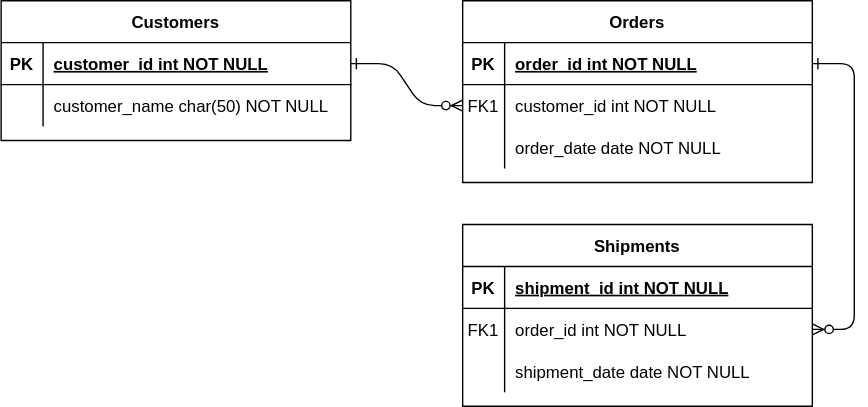
Earlier version of the draw.io export src/bdt.drawio.svg (Darkyxz/n64). Source tidied: cells renumbered, new cells last; positions are measured from the earlier drawing's top-left corner, leaving out a move shared by most shapes. The source it was exported from:
```xml
<mxGraphModel>
  <root>
    <mxCell id="0" />
    <mxCell id="1" parent="0" />
    <mxCell id="2" style="edgeStyle=entityRelationEdgeStyle;endArrow=ERzeroToMany;startArrow=ERone;endFill=1;startFill=0;" parent="1" edge="1" source="25" target="8">
      <mxGeometry relative="1" as="geometry" />
    </mxCell>
    <mxCell id="3" style="edgeStyle=entityRelationEdgeStyle;endArrow=ERzeroToMany;startArrow=ERone;endFill=1;startFill=0;" parent="1" edge="1" source="5" target="18">
      <mxGeometry relative="1" as="geometry" />
    </mxCell>
    <mxCell id="4" value="Orders" style="shape=table;startSize=30;rowLines=0;fontStyle=1;align=center;" parent="1" vertex="1">
      <mxGeometry x="330" width="250" height="130" as="geometry" />
    </mxCell>
    <mxCell id="5" style="shape=partialRectangle;fillColor=none;points=[[0,0.5],[1,0.5]];portConstraint=eastwest;top=0;left=0;right=0;bottom=1;" parent="4" vertex="1">
      <mxGeometry y="30" width="250" height="30" as="geometry" />
    </mxCell>
    <mxCell id="6" value="PK" style="shape=partialRectangle;overflow=hidden;fillColor=none;top=0;left=0;bottom=0;right=0;fontStyle=1;" parent="5" vertex="1">
      <mxGeometry width="30" height="30" as="geometry" />
    </mxCell>
    <mxCell id="7" value="order_id int NOT NULL " style="shape=partialRectangle;overflow=hidden;fillColor=none;top=0;left=0;bottom=0;right=0;align=left;spacingLeft=6;fontStyle=5;" parent="5" vertex="1">
      <mxGeometry x="30" width="220" height="30" as="geometry" />
    </mxCell>
    <mxCell id="8" style="shape=partialRectangle;fillColor=none;points=[[0,0.5],[1,0.5]];portConstraint=eastwest;top=0;left=0;right=0;bottom=0;" parent="4" vertex="1">
      <mxGeometry y="60" width="250" height="30" as="geometry" />
    </mxCell>
    <mxCell id="9" value="FK1" style="shape=partialRectangle;overflow=hidden;fillColor=none;top=0;left=0;bottom=0;right=0;" parent="8" vertex="1">
      <mxGeometry width="30" height="30" as="geometry" />
    </mxCell>
    <mxCell id="10" value="customer_id int NOT NULL" style="shape=partialRectangle;overflow=hidden;fillColor=none;top=0;left=0;bottom=0;right=0;align=left;spacingLeft=6;" parent="8" vertex="1">
      <mxGeometry x="30" width="220" height="30" as="geometry" />
    </mxCell>
    <mxCell id="11" style="shape=partialRectangle;fillColor=none;top=0;left=0;right=0;bottom=0;" parent="4" vertex="1">
      <mxGeometry y="90" width="250" height="30" as="geometry" />
    </mxCell>
    <mxCell id="12" style="shape=partialRectangle;overflow=hidden;fillColor=none;top=0;left=0;bottom=0;right=0;" parent="11" vertex="1">
      <mxGeometry width="30" height="30" as="geometry" />
    </mxCell>
    <mxCell id="13" value="order_date date NOT NULL" style="shape=partialRectangle;overflow=hidden;fillColor=none;top=0;left=0;bottom=0;right=0;align=left;spacingLeft=6;" parent="11" vertex="1">
      <mxGeometry x="30" width="220" height="30" as="geometry" />
    </mxCell>
    <mxCell id="14" value="Shipments" style="shape=table;startSize=30;rowLines=0;fontStyle=1;align=center;" parent="1" vertex="1">
      <mxGeometry x="330" y="160" width="250" height="130" as="geometry" />
    </mxCell>
    <mxCell id="15" style="shape=partialRectangle;fillColor=none;top=0;left=0;right=0;bottom=1;" parent="14" vertex="1">
      <mxGeometry y="30" width="250" height="30" as="geometry" />
    </mxCell>
    <mxCell id="16" value="PK" style="shape=partialRectangle;overflow=hidden;fillColor=none;top=0;left=0;bottom=0;right=0;fontStyle=1;" parent="15" vertex="1">
      <mxGeometry width="30" height="30" as="geometry" />
    </mxCell>
    <mxCell id="17" value="shipment_id int NOT NULL " style="shape=partialRectangle;overflow=hidden;fillColor=none;top=0;left=0;bottom=0;right=0;align=left;spacingLeft=6;fontStyle=5;" parent="15" vertex="1">
      <mxGeometry x="30" width="220" height="30" as="geometry" />
    </mxCell>
    <mxCell id="18" style="shape=partialRectangle;fillColor=none;points=[[0,0.5],[1,0.5]];portConstraint=eastwest;top=0;left=0;right=0;bottom=0;" parent="14" vertex="1">
      <mxGeometry y="60" width="250" height="30" as="geometry" />
    </mxCell>
    <mxCell id="19" value="FK1" style="shape=partialRectangle;overflow=hidden;fillColor=none;top=0;left=0;bottom=0;right=0;" parent="18" vertex="1">
      <mxGeometry width="30" height="30" as="geometry" />
    </mxCell>
    <mxCell id="20" value="order_id int NOT NULL" style="shape=partialRectangle;overflow=hidden;fillColor=none;top=0;left=0;bottom=0;right=0;align=left;spacingLeft=6;" parent="18" vertex="1">
      <mxGeometry x="30" width="220" height="30" as="geometry" />
    </mxCell>
    <mxCell id="21" style="shape=partialRectangle;fillColor=none;top=0;left=0;right=0;bottom=0;" parent="14" vertex="1">
      <mxGeometry y="90" width="250" height="30" as="geometry" />
    </mxCell>
    <mxCell id="22" style="shape=partialRectangle;overflow=hidden;fillColor=none;top=0;left=0;bottom=0;right=0;" parent="21" vertex="1">
      <mxGeometry width="30" height="30" as="geometry" />
    </mxCell>
    <mxCell id="23" value="shipment_date date NOT NULL" style="shape=partialRectangle;overflow=hidden;fillColor=none;top=0;left=0;bottom=0;right=0;align=left;spacingLeft=6;" parent="21" vertex="1">
      <mxGeometry x="30" width="220" height="30" as="geometry" />
    </mxCell>
    <mxCell id="24" value="Customers" style="shape=table;startSize=30;rowLines=0;fontStyle=1;align=center;" parent="1" vertex="1">
      <mxGeometry width="250" height="100" as="geometry" />
    </mxCell>
    <mxCell id="25" style="shape=partialRectangle;fillColor=none;points=[[0,0.5],[1,0.5]];portConstraint=eastwest;top=0;left=0;right=0;bottom=1;" parent="24" vertex="1">
      <mxGeometry y="30" width="250" height="30" as="geometry" />
    </mxCell>
    <mxCell id="26" value="PK" style="shape=partialRectangle;overflow=hidden;fillColor=none;top=0;left=0;bottom=0;right=0;fontStyle=1;" parent="25" vertex="1">
      <mxGeometry width="30" height="30" as="geometry" />
    </mxCell>
    <mxCell id="27" value="customer_id int NOT NULL " style="shape=partialRectangle;overflow=hidden;fillColor=none;top=0;left=0;bottom=0;right=0;align=left;spacingLeft=6;fontStyle=5;" parent="25" vertex="1">
      <mxGeometry x="30" width="220" height="30" as="geometry" />
    </mxCell>
    <mxCell id="28" style="shape=partialRectangle;fillColor=none;top=0;left=0;right=0;bottom=0;" parent="24" vertex="1">
      <mxGeometry y="60" width="250" height="30" as="geometry" />
    </mxCell>
    <mxCell id="29" style="shape=partialRectangle;overflow=hidden;fillColor=none;top=0;left=0;bottom=0;right=0;" parent="28" vertex="1">
      <mxGeometry width="30" height="30" as="geometry" />
    </mxCell>
    <mxCell id="30" value="customer_name char(50) NOT NULL" style="shape=partialRectangle;overflow=hidden;fillColor=none;top=0;left=0;bottom=0;right=0;align=left;spacingLeft=6;" parent="28" vertex="1">
      <mxGeometry x="30" width="220" height="30" as="geometry" />
    </mxCell>
  </root>
</mxGraphModel>
```
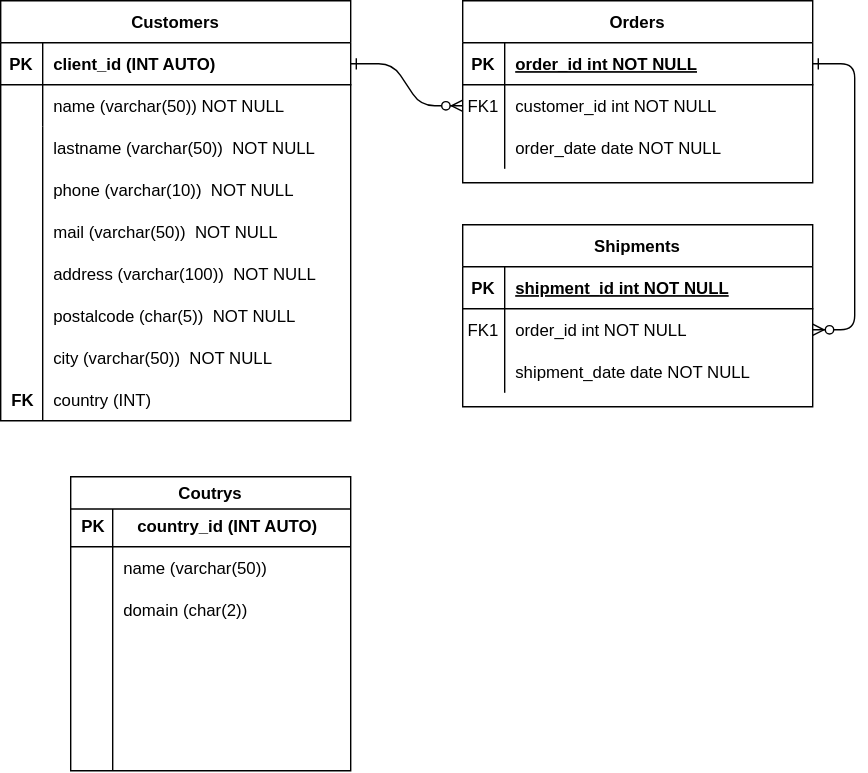
Later version of the same file.

Diff of the diagram source:
```diff
@@ -69,7 +69,7 @@
       <mxGeometry x="30" width="220" height="30" as="geometry" />
     </mxCell>
     <mxCell id="24" value="Customers" style="shape=table;startSize=30;rowLines=0;fontStyle=1;align=center;" parent="1" vertex="1">
-      <mxGeometry width="250" height="100" as="geometry" />
+      <mxGeometry width="250" height="300" as="geometry" />
     </mxCell>
     <mxCell id="25" style="shape=partialRectangle;fillColor=none;points=[[0,0.5],[1,0.5]];portConstraint=eastwest;top=0;left=0;right=0;bottom=1;" parent="24" vertex="1">
       <mxGeometry y="30" width="250" height="30" as="geometry" />
@@ -77,7 +77,7 @@
     <mxCell id="26" value="PK" style="shape=partialRectangle;overflow=hidden;fillColor=none;top=0;left=0;bottom=0;right=0;fontStyle=1;" parent="25" vertex="1">
       <mxGeometry width="30" height="30" as="geometry" />
     </mxCell>
-    <mxCell id="27" value="customer_id int NOT NULL " style="shape=partialRectangle;overflow=hidden;fillColor=none;top=0;left=0;bottom=0;right=0;align=left;spacingLeft=6;fontStyle=5;" parent="25" vertex="1">
+    <mxCell id="27" value="client_id (INT AUTO)" style="shape=partialRectangle;overflow=hidden;fillColor=none;top=0;left=0;bottom=0;right=0;align=left;spacingLeft=6;fontStyle=1;" parent="25" vertex="1">
       <mxGeometry x="30" width="220" height="30" as="geometry" />
     </mxCell>
     <mxCell id="28" style="shape=partialRectangle;fillColor=none;top=0;left=0;right=0;bottom=0;" parent="24" vertex="1">
@@ -86,8 +86,65 @@
     <mxCell id="29" style="shape=partialRectangle;overflow=hidden;fillColor=none;top=0;left=0;bottom=0;right=0;" parent="28" vertex="1">
       <mxGeometry width="30" height="30" as="geometry" />
     </mxCell>
-    <mxCell id="30" value="customer_name char(50) NOT NULL" style="shape=partialRectangle;overflow=hidden;fillColor=none;top=0;left=0;bottom=0;right=0;align=left;spacingLeft=6;" parent="28" vertex="1">
+    <mxCell id="30" value="name (varchar(50)) NOT NULL" style="shape=partialRectangle;overflow=hidden;fillColor=none;top=0;left=0;bottom=0;right=0;align=left;spacingLeft=6;" parent="28" vertex="1">
       <mxGeometry x="30" width="220" height="30" as="geometry" />
     </mxCell>
+    <mxCell id="31" value="lastname (varchar(50))  NOT NULL" style="shape=partialRectangle;overflow=hidden;fillColor=none;top=0;left=0;bottom=0;right=0;align=left;spacingLeft=6;" parent="1" vertex="1">
+      <mxGeometry x="30" y="90" width="220" height="30" as="geometry" />
+    </mxCell>
+    <mxCell id="32" style="endArrow=none;html=1;rounded=0;" parent="1" edge="1">
+      <mxGeometry relative="1" as="geometry">
+        <mxPoint x="30" y="300" as="sourcePoint" />
+        <mxPoint x="30" y="90" as="targetPoint" />
+      </mxGeometry>
+    </mxCell>
+    <mxCell id="33" value="phone (varchar(10))  NOT NULL" style="shape=partialRectangle;overflow=hidden;fillColor=none;top=0;left=0;bottom=0;right=0;align=left;spacingLeft=6;" parent="1" vertex="1">
+      <mxGeometry x="30" y="120" width="220" height="30" as="geometry" />
+    </mxCell>
+    <mxCell id="34" value="mail (varchar(50))  NOT NULL" style="shape=partialRectangle;overflow=hidden;fillColor=none;top=0;left=0;bottom=0;right=0;align=left;spacingLeft=6;" parent="1" vertex="1">
+      <mxGeometry x="30" y="150" width="220" height="30" as="geometry" />
+    </mxCell>
+    <mxCell id="35" value="address (varchar(100))  NOT NULL" style="shape=partialRectangle;overflow=hidden;fillColor=none;top=0;left=0;bottom=0;right=0;align=left;spacingLeft=6;" parent="1" vertex="1">
+      <mxGeometry x="30" y="180" width="220" height="30" as="geometry" />
+    </mxCell>
+    <mxCell id="36" value="postalcode (char(5))  NOT NULL" style="shape=partialRectangle;overflow=hidden;fillColor=none;top=0;left=0;bottom=0;right=0;align=left;spacingLeft=6;" parent="1" vertex="1">
+      <mxGeometry x="30" y="210" width="220" height="30" as="geometry" />
+    </mxCell>
+    <mxCell id="37" value="city (varchar(50))  NOT NULL" style="shape=partialRectangle;overflow=hidden;fillColor=none;top=0;left=0;bottom=0;right=0;align=left;spacingLeft=6;" parent="1" vertex="1">
+      <mxGeometry x="30" y="240" width="220" height="30" as="geometry" />
+    </mxCell>
+    <mxCell id="38" value="country (INT)" style="shape=partialRectangle;overflow=hidden;fillColor=none;top=0;left=0;bottom=0;right=0;align=left;spacingLeft=6;" parent="1" vertex="1">
+      <mxGeometry x="30" y="270" width="220" height="30" as="geometry" />
+    </mxCell>
+    <mxCell id="39" value="FK" style="shape=partialRectangle;overflow=hidden;fillColor=none;top=0;left=0;bottom=0;right=0;align=left;spacingLeft=6;fontStyle=1;" parent="1" vertex="1">
+      <mxGeometry y="270" width="30" height="30" as="geometry" />
+    </mxCell>
+    <mxCell id="40" value="Coutrys" style="swimlane;" parent="1" vertex="1">
+      <mxGeometry x="50" y="340" width="200" height="210" as="geometry" />
+    </mxCell>
+    <mxCell id="41" style="endArrow=none;html=1;rounded=0;" parent="40" edge="1">
+      <mxGeometry relative="1" as="geometry">
+        <mxPoint y="50" as="sourcePoint" />
+        <mxPoint x="200" y="50" as="targetPoint" />
+      </mxGeometry>
+    </mxCell>
+    <mxCell id="42" style="endArrow=none;html=1;rounded=0;" parent="40" edge="1">
+      <mxGeometry relative="1" as="geometry">
+        <mxPoint x="30" y="23" as="sourcePoint" />
+        <mxPoint x="30" y="210" as="targetPoint" />
+      </mxGeometry>
+    </mxCell>
+    <mxCell id="43" value="PK" style="shape=partialRectangle;overflow=hidden;fillColor=none;top=0;left=0;bottom=0;right=0;align=left;spacingLeft=6;fontStyle=1;" parent="40" vertex="1">
+      <mxGeometry y="20" width="30" height="30" as="geometry" />
+    </mxCell>
+    <mxCell id="44" value="country_id (INT AUTO)" style="shape=partialRectangle;overflow=hidden;fillColor=none;top=0;left=0;bottom=0;right=0;align=left;spacingLeft=6;fontStyle=1;" parent="40" vertex="1">
+      <mxGeometry x="40" y="20" width="140" height="30" as="geometry" />
+    </mxCell>
+    <mxCell id="45" value="name (varchar(50)) " style="shape=partialRectangle;overflow=hidden;fillColor=none;top=0;left=0;bottom=0;right=0;align=left;spacingLeft=6;" parent="40" vertex="1">
+      <mxGeometry x="30" y="50" width="120" height="30" as="geometry" />
+    </mxCell>
+    <mxCell id="46" value="domain (char(2)) " style="shape=partialRectangle;overflow=hidden;fillColor=none;top=0;left=0;bottom=0;right=0;align=left;spacingLeft=6;" parent="40" vertex="1">
+      <mxGeometry x="30" y="80" width="120" height="30" as="geometry" />
+    </mxCell>
   </root>
 </mxGraphModel>
```
